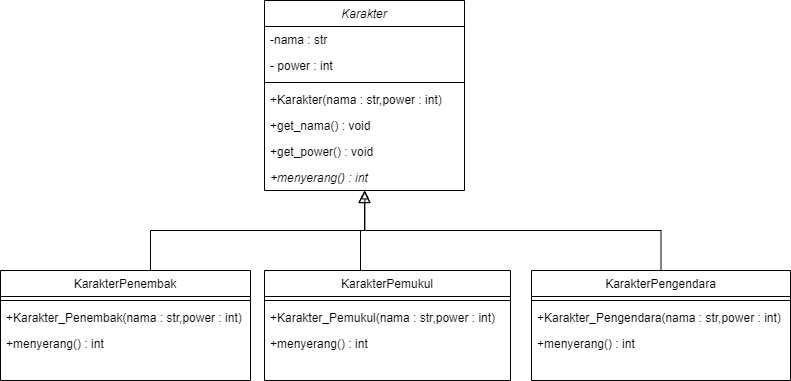
The draw.io diagram soal_ocp/diagram open close.drawio.png in harief285/Srp, before a commit. Source tidied: cells renumbered, new cells last; positions are measured from the earlier drawing's top-left corner, leaving out a move shared by most shapes. The source it was exported from:
```xml
<mxGraphModel>
  <root>
    <mxCell id="0" />
    <mxCell id="1" parent="0" />
    <mxCell id="2" value="Karakter" style="swimlane;fontStyle=2;align=center;verticalAlign=top;horizontal=1;startSize=26;rounded=0;shadow=0;strokeWidth=1;" parent="1" vertex="1">
      <mxGeometry x="264" width="200" height="190" as="geometry" />
    </mxCell>
    <mxCell id="3" value="-nama : str" style="text;align=left;verticalAlign=top;spacingLeft=4;spacingRight=4;overflow=hidden;" parent="2" vertex="1">
      <mxGeometry y="26" width="200" height="26" as="geometry" />
    </mxCell>
    <mxCell id="4" value="- power : int" style="text;align=left;verticalAlign=top;spacingLeft=4;spacingRight=4;overflow=hidden;rounded=0;shadow=0;html=0;" parent="2" vertex="1">
      <mxGeometry y="52" width="200" height="26" as="geometry" />
    </mxCell>
    <mxCell id="5" style="line;html=1;strokeWidth=1;align=left;verticalAlign=middle;spacingTop=-1;spacingLeft=3;spacingRight=3;labelPosition=right;" parent="2" vertex="1">
      <mxGeometry y="78" width="200" height="8" as="geometry" />
    </mxCell>
    <mxCell id="6" value="+Karakter(nama : str,power : int)" style="text;align=left;verticalAlign=top;spacingLeft=4;spacingRight=4;overflow=hidden;" parent="2" vertex="1">
      <mxGeometry y="86" width="200" height="26" as="geometry" />
    </mxCell>
    <mxCell id="7" value="+get_nama() : void" style="text;align=left;verticalAlign=top;spacingLeft=4;spacingRight=4;overflow=hidden;fontStyle=0;" parent="2" vertex="1">
      <mxGeometry y="112" width="200" height="26" as="geometry" />
    </mxCell>
    <mxCell id="8" value="+get_power() : void" style="text;align=left;verticalAlign=top;spacingLeft=4;spacingRight=4;overflow=hidden;fontStyle=0;" parent="2" vertex="1">
      <mxGeometry y="138" width="200" height="26" as="geometry" />
    </mxCell>
    <mxCell id="9" value="+menyerang() : int" style="text;align=left;verticalAlign=top;spacingLeft=4;spacingRight=4;overflow=hidden;points=[[0,0.5],[1,0.5]];portConstraint=eastwest;fontStyle=2;" parent="2" vertex="1">
      <mxGeometry y="164" width="200" height="26" as="geometry" />
    </mxCell>
    <mxCell id="10" style="endArrow=block;endSize=10;endFill=0;shadow=0;strokeWidth=1;rounded=0;edgeStyle=elbowEdgeStyle;elbow=vertical;" parent="1" edge="1" target="2">
      <mxGeometry relative="1" as="geometry">
        <mxPoint x="150" y="270" as="sourcePoint" />
      </mxGeometry>
    </mxCell>
    <mxCell id="11" style="endArrow=block;endSize=10;endFill=0;shadow=0;strokeWidth=1;rounded=0;edgeStyle=elbowEdgeStyle;elbow=vertical;" parent="1" edge="1" target="2">
      <mxGeometry relative="1" as="geometry">
        <mxPoint x="360" y="270" as="sourcePoint" />
      </mxGeometry>
    </mxCell>
    <mxCell id="12" value="KarakterPenembak" style="swimlane;fontStyle=0;align=center;verticalAlign=top;horizontal=1;startSize=26;rounded=0;shadow=0;strokeWidth=1;" parent="1" vertex="1">
      <mxGeometry y="270" width="250" height="110" as="geometry" />
    </mxCell>
    <mxCell id="13" style="line;html=1;strokeWidth=1;align=left;verticalAlign=middle;spacingTop=-1;spacingLeft=3;spacingRight=3;labelPosition=right;" parent="12" vertex="1">
      <mxGeometry y="26" width="250" height="8" as="geometry" />
    </mxCell>
    <mxCell id="14" value="+Karakter_Penembak(nama : str,power : int)" style="text;align=left;verticalAlign=top;spacingLeft=4;spacingRight=4;overflow=hidden;" parent="12" vertex="1">
      <mxGeometry y="34" width="250" height="26" as="geometry" />
    </mxCell>
    <mxCell id="15" value="+menyerang() : int" style="text;align=left;verticalAlign=top;spacingLeft=4;spacingRight=4;overflow=hidden;" parent="12" vertex="1">
      <mxGeometry y="60" width="250" height="26" as="geometry" />
    </mxCell>
    <mxCell id="16" value="KarakterPemukul" style="swimlane;fontStyle=0;align=center;verticalAlign=top;horizontal=1;startSize=26;rounded=0;shadow=0;strokeWidth=1;" parent="1" vertex="1">
      <mxGeometry x="264" y="270" width="246" height="110" as="geometry" />
    </mxCell>
    <mxCell id="17" style="line;html=1;strokeWidth=1;align=left;verticalAlign=middle;spacingTop=-1;spacingLeft=3;spacingRight=3;labelPosition=right;" parent="16" vertex="1">
      <mxGeometry y="26" width="246" height="8" as="geometry" />
    </mxCell>
    <mxCell id="18" value="+Karakter_Pemukul(nama : str,power : int)" style="text;align=left;verticalAlign=top;spacingLeft=4;spacingRight=4;overflow=hidden;" parent="16" vertex="1">
      <mxGeometry y="34" width="246" height="26" as="geometry" />
    </mxCell>
    <mxCell id="19" value="+menyerang() : int" style="text;align=left;verticalAlign=top;spacingLeft=4;spacingRight=4;overflow=hidden;" parent="16" vertex="1">
      <mxGeometry y="60" width="246" height="26" as="geometry" />
    </mxCell>
    <mxCell id="20" style="edgeStyle=orthogonalEdgeStyle;rounded=0;jettySize=auto;html=1;entryX=0.502;entryY=1.011;entryDx=0;entryDy=0;entryPerimeter=0;endArrow=block;endFill=0;" parent="1" edge="1" source="21" target="9">
      <mxGeometry relative="1" as="geometry" />
    </mxCell>
    <mxCell id="21" value="KarakterPengendara" style="swimlane;fontStyle=0;align=center;verticalAlign=top;horizontal=1;startSize=26;rounded=0;shadow=0;strokeWidth=1;" parent="1" vertex="1">
      <mxGeometry x="531" y="270" width="259" height="110" as="geometry" />
    </mxCell>
    <mxCell id="22" style="line;html=1;strokeWidth=1;align=left;verticalAlign=middle;spacingTop=-1;spacingLeft=3;spacingRight=3;labelPosition=right;" parent="21" vertex="1">
      <mxGeometry y="26" width="259" height="8" as="geometry" />
    </mxCell>
    <mxCell id="23" value="+Karakter_Pengendara(nama : str,power : int)" style="text;align=left;verticalAlign=top;spacingLeft=4;spacingRight=4;overflow=hidden;" parent="21" vertex="1">
      <mxGeometry y="34" width="259" height="26" as="geometry" />
    </mxCell>
    <mxCell id="24" value="+menyerang() : int" style="text;align=left;verticalAlign=top;spacingLeft=4;spacingRight=4;overflow=hidden;" parent="21" vertex="1">
      <mxGeometry y="60" width="259" height="26" as="geometry" />
    </mxCell>
  </root>
</mxGraphModel>
```
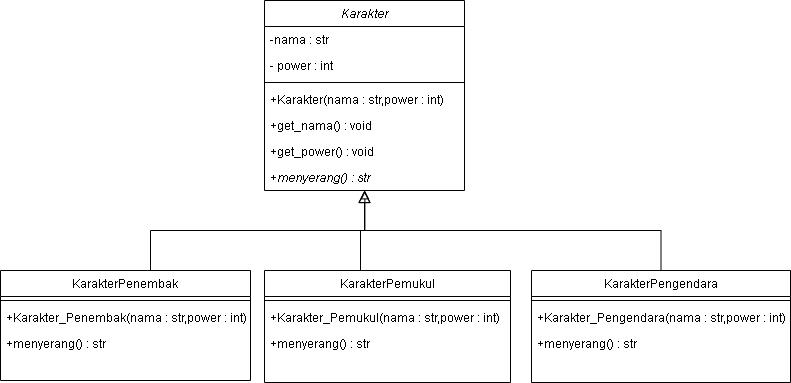
After the change.

Diff of the diagram source:
```diff
@@ -23,7 +23,7 @@
     <mxCell id="8" value="+get_power() : void" style="text;align=left;verticalAlign=top;spacingLeft=4;spacingRight=4;overflow=hidden;fontStyle=0;" parent="2" vertex="1">
       <mxGeometry y="138" width="200" height="26" as="geometry" />
     </mxCell>
-    <mxCell id="9" value="+menyerang() : int" style="text;align=left;verticalAlign=top;spacingLeft=4;spacingRight=4;overflow=hidden;points=[[0,0.5],[1,0.5]];portConstraint=eastwest;fontStyle=2;" parent="2" vertex="1">
+    <mxCell id="9" value="+menyerang() : str" style="text;align=left;verticalAlign=top;spacingLeft=4;spacingRight=4;overflow=hidden;points=[[0,0.5],[1,0.5]];portConstraint=eastwest;fontStyle=2;" parent="2" vertex="1">
       <mxGeometry y="164" width="200" height="26" as="geometry" />
     </mxCell>
     <mxCell id="10" style="endArrow=block;endSize=10;endFill=0;shadow=0;strokeWidth=1;rounded=0;edgeStyle=elbowEdgeStyle;elbow=vertical;" parent="1" edge="1" target="2">
@@ -45,11 +45,11 @@
     <mxCell id="14" value="+Karakter_Penembak(nama : str,power : int)" style="text;align=left;verticalAlign=top;spacingLeft=4;spacingRight=4;overflow=hidden;" parent="12" vertex="1">
       <mxGeometry y="34" width="250" height="26" as="geometry" />
     </mxCell>
-    <mxCell id="15" value="+menyerang() : int" style="text;align=left;verticalAlign=top;spacingLeft=4;spacingRight=4;overflow=hidden;" parent="12" vertex="1">
+    <mxCell id="15" value="+menyerang() : str" style="text;align=left;verticalAlign=top;spacingLeft=4;spacingRight=4;overflow=hidden;" parent="12" vertex="1">
       <mxGeometry y="60" width="250" height="26" as="geometry" />
     </mxCell>
     <mxCell id="16" value="KarakterPemukul" style="swimlane;fontStyle=0;align=center;verticalAlign=top;horizontal=1;startSize=26;rounded=0;shadow=0;strokeWidth=1;" parent="1" vertex="1">
-      <mxGeometry x="264" y="270" width="246" height="110" as="geometry" />
+      <mxGeometry x="264" y="270" width="246" height="112" as="geometry" />
     </mxCell>
     <mxCell id="17" style="line;html=1;strokeWidth=1;align=left;verticalAlign=middle;spacingTop=-1;spacingLeft=3;spacingRight=3;labelPosition=right;" parent="16" vertex="1">
       <mxGeometry y="26" width="246" height="8" as="geometry" />
@@ -57,14 +57,14 @@
     <mxCell id="18" value="+Karakter_Pemukul(nama : str,power : int)" style="text;align=left;verticalAlign=top;spacingLeft=4;spacingRight=4;overflow=hidden;" parent="16" vertex="1">
       <mxGeometry y="34" width="246" height="26" as="geometry" />
     </mxCell>
-    <mxCell id="19" value="+menyerang() : int" style="text;align=left;verticalAlign=top;spacingLeft=4;spacingRight=4;overflow=hidden;" parent="16" vertex="1">
-      <mxGeometry y="60" width="246" height="26" as="geometry" />
-    </mxCell>
+    <mxCell id="25" value="+menyerang() : str" style="text;align=left;verticalAlign=top;spacingLeft=4;spacingRight=4;overflow=hidden;" parent="16" vertex="1">
+      <mxGeometry y="60" width="246" height="26" as="geometry" />
+    </mxCell>
     <mxCell id="20" style="edgeStyle=orthogonalEdgeStyle;rounded=0;jettySize=auto;html=1;entryX=0.502;entryY=1.011;entryDx=0;entryDy=0;entryPerimeter=0;endArrow=block;endFill=0;" parent="1" edge="1" source="21" target="9">
       <mxGeometry relative="1" as="geometry" />
     </mxCell>
     <mxCell id="21" value="KarakterPengendara" style="swimlane;fontStyle=0;align=center;verticalAlign=top;horizontal=1;startSize=26;rounded=0;shadow=0;strokeWidth=1;" parent="1" vertex="1">
-      <mxGeometry x="531" y="270" width="259" height="110" as="geometry" />
+      <mxGeometry x="531" y="270" width="259" height="112" as="geometry" />
     </mxCell>
     <mxCell id="22" style="line;html=1;strokeWidth=1;align=left;verticalAlign=middle;spacingTop=-1;spacingLeft=3;spacingRight=3;labelPosition=right;" parent="21" vertex="1">
       <mxGeometry y="26" width="259" height="8" as="geometry" />
@@ -72,8 +72,8 @@
     <mxCell id="23" value="+Karakter_Pengendara(nama : str,power : int)" style="text;align=left;verticalAlign=top;spacingLeft=4;spacingRight=4;overflow=hidden;" parent="21" vertex="1">
       <mxGeometry y="34" width="259" height="26" as="geometry" />
     </mxCell>
-    <mxCell id="24" value="+menyerang() : int" style="text;align=left;verticalAlign=top;spacingLeft=4;spacingRight=4;overflow=hidden;" parent="21" vertex="1">
-      <mxGeometry y="60" width="259" height="26" as="geometry" />
-    </mxCell>
+    <mxCell id="26" value="+menyerang() : str" style="text;align=left;verticalAlign=top;spacingLeft=4;spacingRight=4;overflow=hidden;" parent="21" vertex="1">
+      <mxGeometry y="60" width="259" height="26" as="geometry" />
+    </mxCell>
   </root>
 </mxGraphModel>
```
